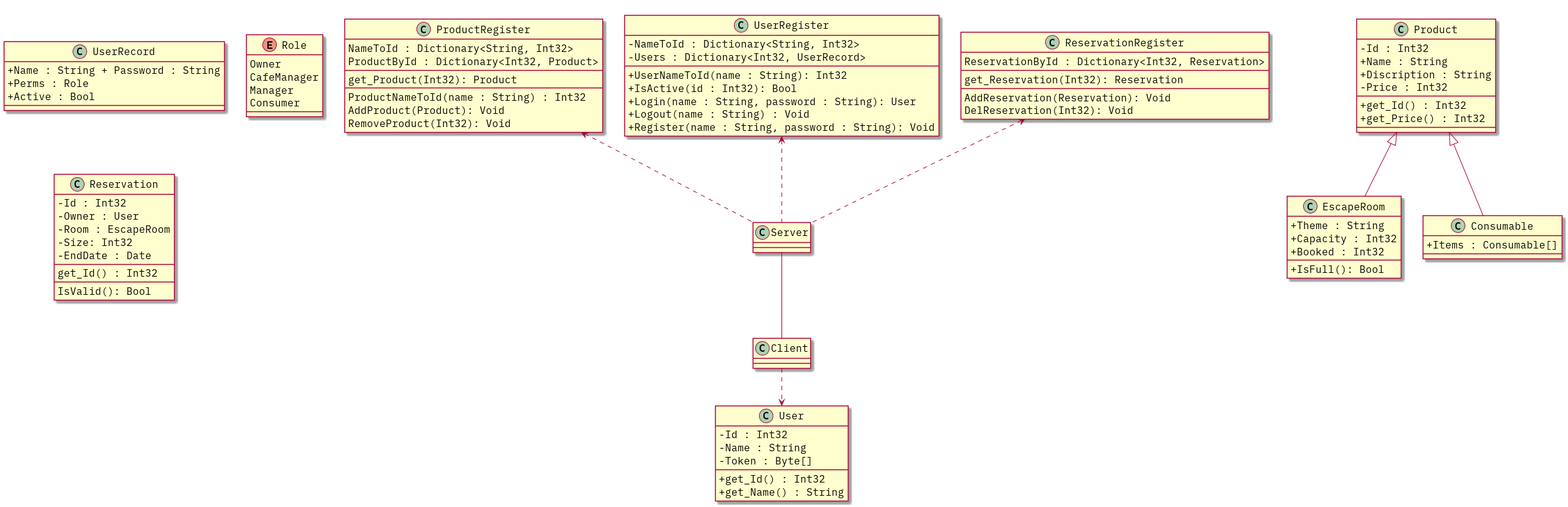
Above: ClassDiagram/classes.png in proj-1b-3/code (PlantUML), before the change.
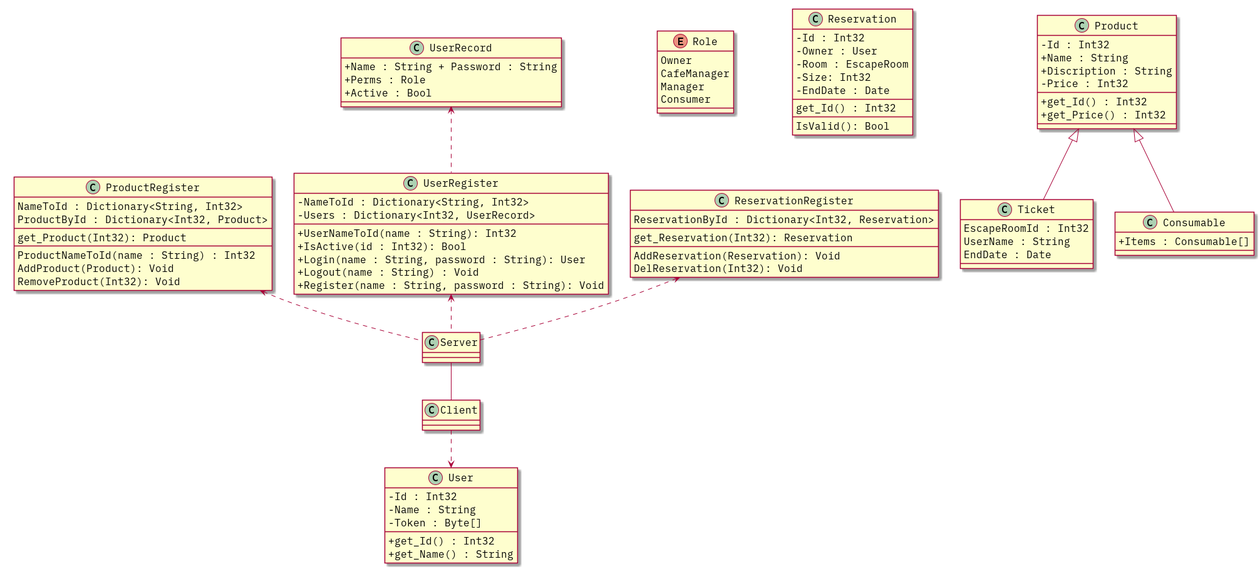
The same file after the commit.

The edit, as a diff of the source:
```diff
@@ -42,7 +42,7 @@
 }
 
 together {
-		class Product {
+	class Product {
 		- Id : Int32
 		+ Name : String
 		+ Discription : String
@@ -53,12 +53,10 @@
 		____
 	}
 
-	class EscapeRoom {
-		+ Theme : String
-		+ Capacity : Int32
-		+ Booked : Int32
-		___
-		+ IsFull(): Bool
+	class Ticket {
+		EscapeRoomId : Int32
+		UserName : String
+		EndDate : Date
 	}
 
 	class Consumable {
@@ -66,7 +64,7 @@
 	}
 
 	Consumable -up-|> Product
-	EscapeRoom -up-|> Product
+	Ticket -up-|> Product
 }
 
 together {
@@ -80,6 +78,8 @@
 		+ Logout(name : String) : Void
 		+ Register(name : String, password : String): Void
 	}
+
+	UserRegister .up.> UserRecord
 
 	class ProductRegister {
 		NameToId : Dictionary<String, Int32>
```
